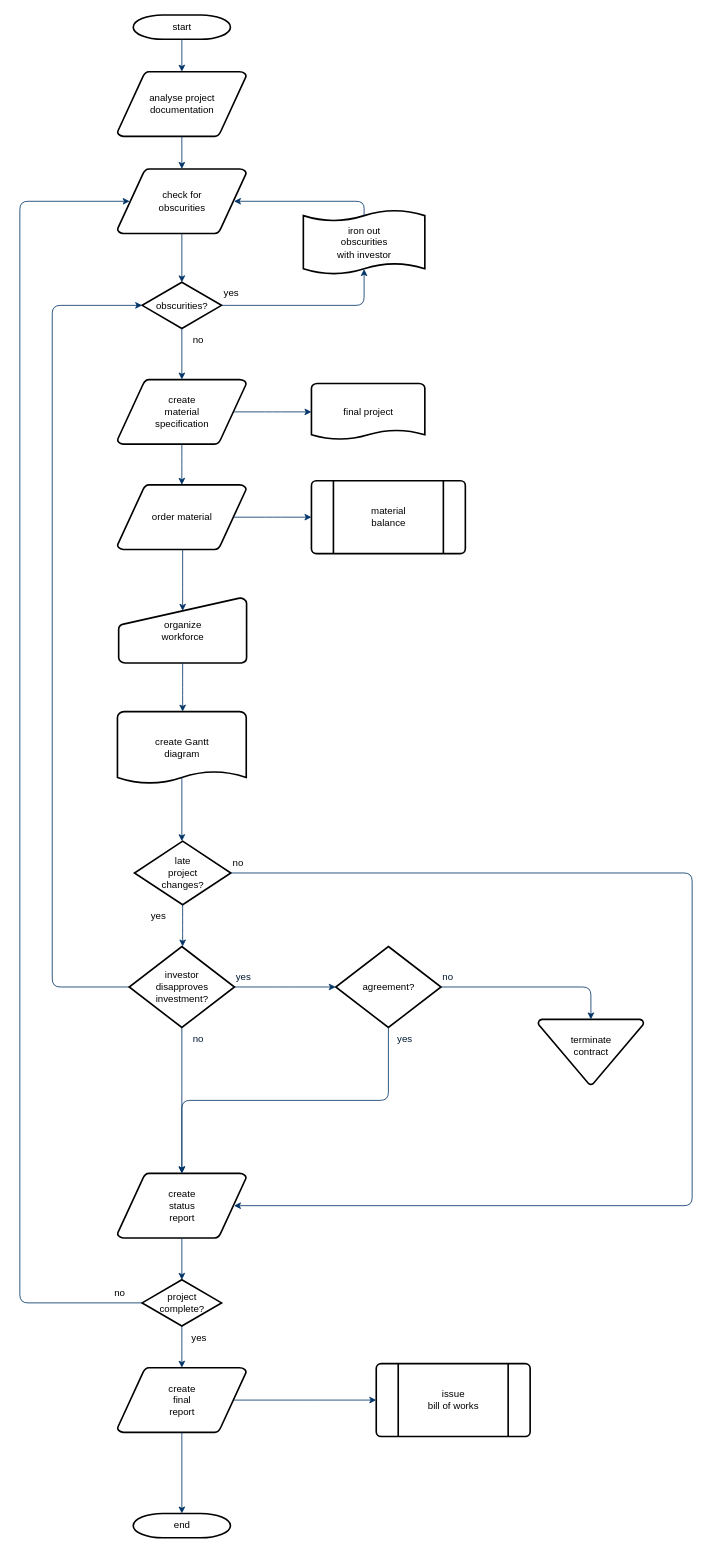
Before: Untitled Diagram.drawio in vincenthdu/mfcc, a draw.io diagram. Source tidied: cells renumbered, new cells numbered last; positions are measured from the earlier drawing's top-left corner, leaving out a move shared by most shapes. Both pictures are drawn from the tidied source at 81%, with x=0, y=0 at pixel (19, 15).
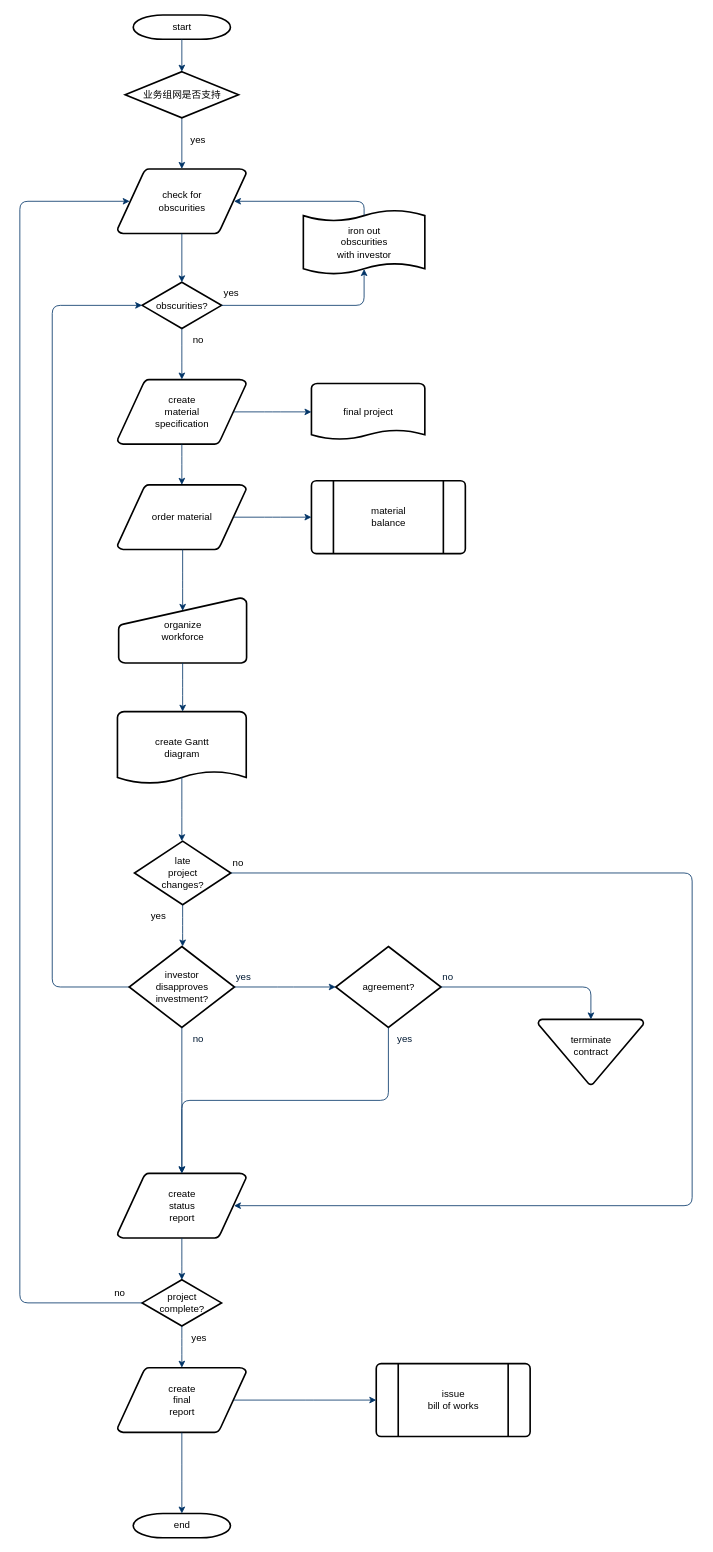
The same page after the edit.

Commit message:
EVPN二层流量不通排查

Unchanged cells that the change refers to:
```xml
<mxCell id="2" value="start" style="shape=mxgraph.flowchart.terminator;strokeWidth=2;gradientColor=none;gradientDirection=north;fontStyle=0;html=1;" parent="1" vertex="1">
  <mxGeometry x="140" width="120" height="30" as="geometry" />
</mxCell>
<mxCell id="5" value="check for&#10;obscurities" style="shape=mxgraph.flowchart.data;strokeWidth=2;gradientColor=none;gradientDirection=north;fontStyle=0;html=1;" parent="1" vertex="1">
  <mxGeometry x="120.5" y="190" width="159" height="80" as="geometry" />
</mxCell>
```

Change to the diagram source:
```diff
@@
-    <mxCell id="3" value="analyse project&#10; documentation" style="shape=mxgraph.flowchart.data;strokeWidth=2;gradientColor=none;gradientDirection=north;fontStyle=0;html=1;" parent="1" vertex="1">
-      <mxGeometry x="120.5" y="70" width="159" height="80" as="geometry" />
-    </mxCell>
@@
-    <mxCell id="7" style="fontStyle=1;strokeColor=#003366;strokeWidth=1;html=1;" parent="1" edge="1" source="2" target="3">
-      <mxGeometry relative="1" as="geometry" />
+    <mxCell id="7" style="fontStyle=1;strokeColor=#003366;strokeWidth=1;html=1;" parent="1" edge="1" source="2">
+      <mxGeometry relative="1" as="geometry">
+        <mxPoint x="200" y="70" as="targetPoint" />
+      </mxGeometry>
     </mxCell>
-    <mxCell id="8" style="fontStyle=1;strokeColor=#003366;strokeWidth=1;html=1;" parent="1" edge="1" source="3" target="5">
+    <mxCell id="8" style="fontStyle=1;strokeColor=#003366;strokeWidth=1;html=1;exitX=0.5;exitY=1;exitDx=0;exitDy=0;exitPerimeter=0;" parent="1" edge="1" source="56" target="5">
       <mxGeometry relative="1" as="geometry" />
     </mxCell>
@@
+    <mxCell id="56" value="业务组网是否支持" style="shape=mxgraph.flowchart.decision;strokeWidth=2;gradientColor=none;gradientDirection=north;fontStyle=0;html=1;" parent="1" vertex="1">
+      <mxGeometry x="130" y="70" width="140" height="57" as="geometry" />
+    </mxCell>
+    <mxCell id="57" value="yes" style="text;fontStyle=0;html=1;strokeColor=none;gradientColor=none;fillColor=none;strokeWidth=2;" parent="1" vertex="1">
+      <mxGeometry x="209" y="140" width="40" height="26" as="geometry" />
+    </mxCell>
```
